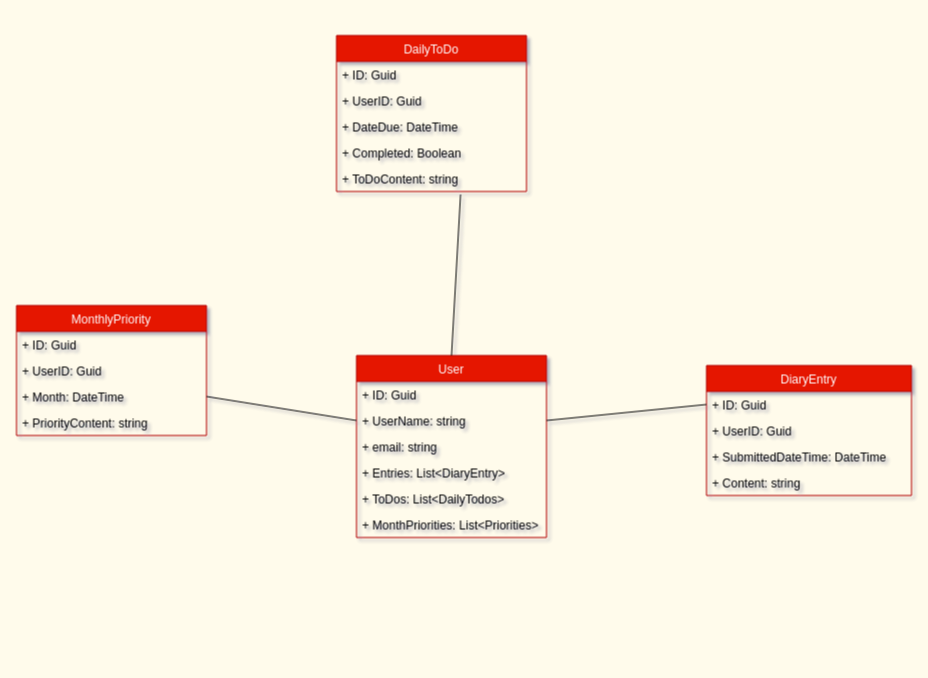
Earlier version of the draw.io diagram Diary-App-Schema.drawio (mvishnurana1/Diary). Source tidied: cells renumbered, new cells numbered last; positions are measured from the earlier drawing's top-left corner, leaving out a move shared by most shapes. Both pictures are drawn from the tidied source at 100%, with x=0, y=0 at pixel (16, 35).
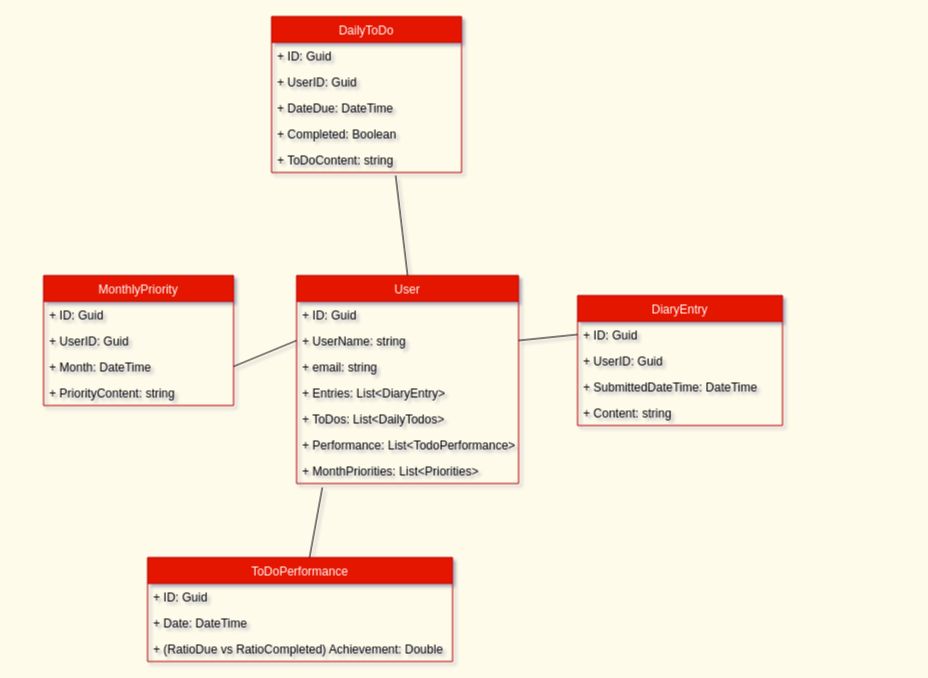
After the change.

Diff of the diagram source:
```diff
@@
     <mxCell id="2" value="User" style="swimlane;fontStyle=0;horizontal=1;startSize=26;fillColor=#e51400;strokeColor=#B20000;fontColor=#ffffff;" parent="1" vertex="1">
-      <mxGeometry x="340" y="320" width="190" height="182" as="geometry" />
+      <mxGeometry x="280" y="240" width="222" height="208" as="geometry" />
     </mxCell>
     <mxCell id="3" value="+ ID: Guid" style="text;strokeColor=none;fillColor=none;align=left;verticalAlign=top;spacingLeft=4;spacingRight=4;overflow=hidden;" parent="2" vertex="1">
-      <mxGeometry y="26" width="190" height="26" as="geometry" />
+      <mxGeometry y="26" width="222" height="26" as="geometry" />
     </mxCell>
     <mxCell id="4" value="+ UserName: string" style="text;strokeColor=none;fillColor=none;align=left;verticalAlign=top;spacingLeft=4;spacingRight=4;overflow=hidden;points=[[0,0.5],[1,0.5]];portConstraint=eastwest;" parent="2" vertex="1">
-      <mxGeometry y="52" width="190" height="26" as="geometry" />
+      <mxGeometry y="52" width="222" height="26" as="geometry" />
     </mxCell>
     <mxCell id="5" value="+ email: string" style="text;strokeColor=none;fillColor=none;align=left;verticalAlign=top;spacingLeft=4;spacingRight=4;overflow=hidden;" parent="2" vertex="1">
-      <mxGeometry y="78" width="190" height="26" as="geometry" />
+      <mxGeometry y="78" width="222" height="26" as="geometry" />
     </mxCell>
     <mxCell id="6" value="+ Entries: List&lt;DiaryEntry&gt;" style="text;strokeColor=none;fillColor=none;align=left;verticalAlign=top;spacingLeft=4;spacingRight=4;overflow=hidden;" parent="2" vertex="1">
-      <mxGeometry y="104" width="190" height="26" as="geometry" />
+      <mxGeometry y="104" width="222" height="26" as="geometry" />
     </mxCell>
     <mxCell id="7" value="+ ToDos: List&lt;DailyTodos&gt;" style="text;strokeColor=none;fillColor=none;align=left;verticalAlign=top;spacingLeft=4;spacingRight=4;overflow=hidden;" parent="2" vertex="1">
-      <mxGeometry y="130" width="190" height="26" as="geometry" />
+      <mxGeometry y="130" width="222" height="26" as="geometry" />
     </mxCell>
+    <mxCell id="28" value="+ Performance: List&lt;TodoPerformance&gt;" style="text;strokeColor=none;fillColor=none;align=left;verticalAlign=top;spacingLeft=4;spacingRight=4;overflow=hidden;" parent="2" vertex="1">
+      <mxGeometry y="156" width="222" height="26" as="geometry" />
+    </mxCell>
     <mxCell id="8" value="+ MonthPriorities: List&lt;Priorities&gt;&#10;" style="text;strokeColor=none;fillColor=none;align=left;verticalAlign=top;spacingLeft=4;spacingRight=4;overflow=hidden;points=[[0,0.5],[1,0.5]];portConstraint=eastwest;" parent="2" vertex="1">
-      <mxGeometry y="156" width="190" height="26" as="geometry" />
+      <mxGeometry y="182" width="222" height="26" as="geometry" />
     </mxCell>
     <mxCell id="9" value="DiaryEntry" style="swimlane;fontStyle=0;horizontal=1;startSize=26;fillColor=#e51400;strokeColor=#B20000;fontColor=#ffffff;" parent="1" vertex="1">
-      <mxGeometry x="690" y="330" width="205" height="130" as="geometry" />
+      <mxGeometry x="561" y="260" width="205" height="130" as="geometry" />
     </mxCell>
@@
     <mxCell id="15" value="DailyToDo" style="swimlane;fontStyle=0;horizontal=1;startSize=26;fillColor=#e51400;strokeColor=#B20000;fontColor=#ffffff;" parent="1" vertex="1">
-      <mxGeometry x="320" width="190" height="156" as="geometry" />
+      <mxGeometry x="255" y="-19" width="190" height="156" as="geometry" />
     </mxCell>
@@
     <mxCell id="22" value="MonthlyPriority" style="swimlane;fontStyle=0;horizontal=1;startSize=26;fillColor=#e51400;strokeColor=#B20000;fontColor=#ffffff;" parent="1" vertex="1">
-      <mxGeometry y="270" width="190" height="130" as="geometry" />
+      <mxGeometry x="27" y="240" width="190" height="130" as="geometry" />
     </mxCell>
@@
+    <mxCell id="29" value="ToDoPerformance" style="swimlane;fontStyle=0;horizontal=1;startSize=26;fillColor=#e51400;strokeColor=#B20000;fontColor=#ffffff;" parent="1" vertex="1">
+      <mxGeometry x="131" y="522" width="305" height="104" as="geometry" />
+    </mxCell>
+    <mxCell id="30" value="+ ID: Guid" style="text;strokeColor=none;fillColor=none;align=left;verticalAlign=top;spacingLeft=4;spacingRight=4;overflow=hidden;" parent="29" vertex="1">
+      <mxGeometry y="26" width="305" height="26" as="geometry" />
+    </mxCell>
+    <mxCell id="31" value="+ Date: DateTime" style="text;strokeColor=none;fillColor=none;align=left;verticalAlign=top;spacingLeft=4;spacingRight=4;overflow=hidden;" parent="29" vertex="1">
+      <mxGeometry y="52" width="305" height="26" as="geometry" />
+    </mxCell>
+    <mxCell id="32" value="+ (RatioDue vs RatioCompleted) Achievement: Double" style="text;strokeColor=none;fillColor=none;align=left;verticalAlign=top;spacingLeft=4;spacingRight=4;overflow=hidden;" parent="29" vertex="1">
+      <mxGeometry y="78" width="305" height="26" as="geometry" />
+    </mxCell>
+    <mxCell id="33" style="endArrow=none;html=1;rounded=0;entryX=0.116;entryY=1.154;entryDx=0;entryDy=0;entryPerimeter=0;" parent="1" edge="1" source="29" target="8">
+      <mxGeometry relative="1" as="geometry" />
+    </mxCell>
```
